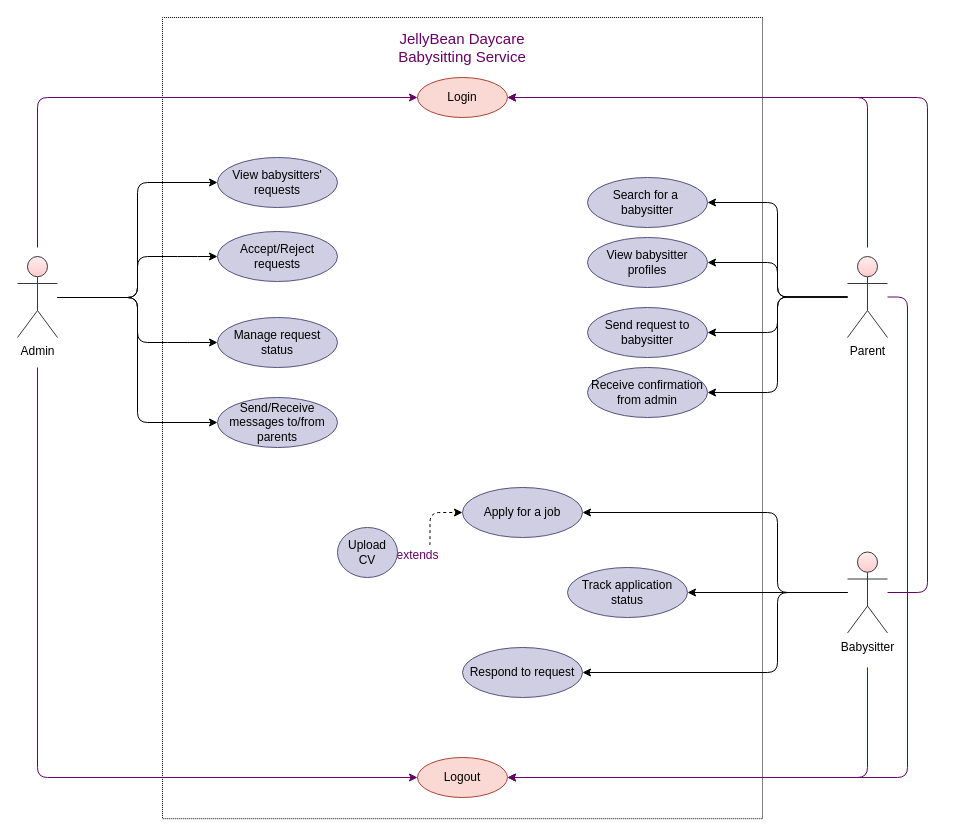
Before: Untitled Diagram.drawio in Deeshti/cs, a draw.io diagram. Source tidied: cells renumbered, new cells numbered last; positions are measured from the earlier drawing's top-left corner, leaving out a move shared by most shapes. Both pictures are drawn from the tidied source at 100%, with x=0, y=0 at pixel (17, 37).
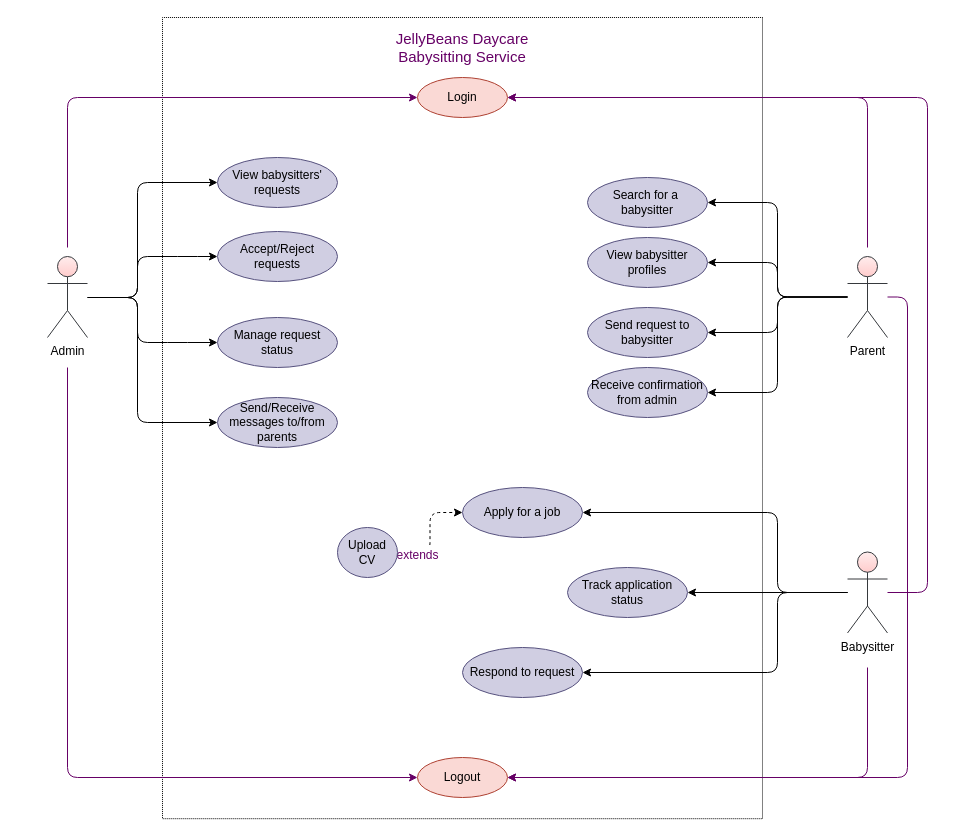
After the change.

Unchanged cells that the change refers to:
```xml
<mxCell id="4" value="Login" style="ellipse;whiteSpace=wrap;html=1;rounded=0;fillColor=#fad9d5;strokeColor=#ae4132;" parent="1" vertex="1">
  <mxGeometry x="400" y="40" width="90" height="40" as="geometry" />
</mxCell>
<mxCell id="5" value="View babysitters' requests" style="ellipse;whiteSpace=wrap;html=1;rounded=0;fillColor=#d0cee2;strokeColor=#56517e;" parent="1" vertex="1">
  <mxGeometry x="200" y="120" width="120" height="50" as="geometry" />
</mxCell>
<mxCell id="6" value="Accept/Reject requests" style="ellipse;whiteSpace=wrap;html=1;rounded=0;fillColor=#d0cee2;strokeColor=#56517e;" parent="1" vertex="1">
  <mxGeometry x="200" y="194" width="120" height="50" as="geometry" />
</mxCell>
<mxCell id="7" value="Manage request status" style="ellipse;whiteSpace=wrap;html=1;rounded=0;fillColor=#d0cee2;strokeColor=#56517e;" parent="1" vertex="1">
  <mxGeometry x="200" y="280" width="120" height="50" as="geometry" />
</mxCell>
<mxCell id="8" value="Send/Receive messages to/from parents" style="ellipse;whiteSpace=wrap;html=1;rounded=0;fillColor=#d0cee2;strokeColor=#56517e;" parent="1" vertex="1">
  <mxGeometry x="200" y="360" width="120" height="50" as="geometry" />
</mxCell>
<mxCell id="39" value="Logout" style="ellipse;whiteSpace=wrap;html=1;rounded=0;fillColor=#fad9d5;strokeColor=#ae4132;" parent="1" vertex="1">
  <mxGeometry x="400" y="720" width="90" height="40" as="geometry" />
</mxCell>
```

The edit, as a diff of the source:
```diff
@@
-    <mxCell id="3" value="JellyBean Daycare Babysitting Service" style="text;html=1;strokeColor=none;fillColor=none;align=center;verticalAlign=middle;whiteSpace=wrap;rounded=0;fontStyle=0;fontColor=#660066;fontSize=15;" parent="1" vertex="1">
+    <mxCell id="3" value="JellyBeans Daycare Babysitting Service" style="text;html=1;strokeColor=none;fillColor=none;align=center;verticalAlign=middle;whiteSpace=wrap;rounded=0;fontStyle=0;fontColor=#660066;fontSize=15;" parent="1" vertex="1">
       <mxGeometry x="365" width="160" height="20" as="geometry" />
     </mxCell>
@@
     <mxCell id="13" style="edgeStyle=orthogonalEdgeStyle;rounded=1;jettySize=auto;html=1;entryX=0;entryY=0.5;entryDx=0;entryDy=0;" parent="1" edge="1" target="5">
       <mxGeometry relative="1" as="geometry">
-        <mxPoint x="40" y="260" as="sourcePoint" />
+        <mxPoint x="70" y="260" as="sourcePoint" />
         <Array as="points">
           <mxPoint x="120" y="260" />
           <mxPoint x="120" y="145" />
         </Array>
       </mxGeometry>
     </mxCell>
     <mxCell id="14" style="edgeStyle=orthogonalEdgeStyle;rounded=1;jettySize=auto;html=1;entryX=0;entryY=0.5;entryDx=0;entryDy=0;fontSize=15;fontColor=#660066;strokeColor=#660066;" parent="1" edge="1" target="39">
       <mxGeometry relative="1" as="geometry">
-        <mxPoint x="20" y="330" as="sourcePoint" />
+        <mxPoint x="50" y="330" as="sourcePoint" />
         <Array as="points">
-          <mxPoint x="20" y="740" />
+          <mxPoint x="50" y="740" />
         </Array>
       </mxGeometry>
     </mxCell>
     <mxCell id="15" style="edgeStyle=orthogonalEdgeStyle;rounded=1;jettySize=auto;html=1;entryX=0;entryY=0.5;entryDx=0;entryDy=0;strokeColor=#660066;fontSize=15;fontColor=#660066;" parent="1" edge="1" target="4">
       <mxGeometry relative="1" as="geometry">
-        <mxPoint x="20" y="210" as="sourcePoint" />
+        <mxPoint x="50" y="210" as="sourcePoint" />
         <Array as="points">
-          <mxPoint x="20" y="60" />
+          <mxPoint x="50" y="210" />
+          <mxPoint x="50" y="60" />
         </Array>
       </mxGeometry>
     </mxCell>
     <mxCell id="16" value="Admin" style="shape=umlActor;verticalLabelPosition=bottom;verticalAlign=top;html=1;rounded=0;strokeColor=#36393d;fillColor=#ffcccc;gradientDirection=north;gradientColor=#FFEDED;" parent="1" vertex="1">
-      <mxGeometry y="219" width="40" height="81" as="geometry" />
+      <mxGeometry x="30" y="219" width="40" height="81" as="geometry" />
     </mxCell>
     <mxCell id="17" style="endArrow=classic;html=1;entryX=0;entryY=0.5;entryDx=0;entryDy=0;rounded=1;" parent="1" edge="1" target="6">
       <mxGeometry relative="1" as="geometry">
-        <mxPoint x="40" y="260" as="sourcePoint" />
+        <mxPoint x="70" y="260" as="sourcePoint" />
         <Array as="points">
           <mxPoint x="90" y="260" />
           <mxPoint x="120" y="260" />
           <mxPoint x="120" y="219" />
           <mxPoint x="170" y="219" />
         </Array>
       </mxGeometry>
     </mxCell>
     <mxCell id="18" style="endArrow=classic;html=1;entryX=0;entryY=0.5;entryDx=0;entryDy=0;rounded=1;" parent="1" edge="1" target="7">
       <mxGeometry relative="1" as="geometry">
-        <mxPoint x="40" y="260" as="sourcePoint" />
+        <mxPoint x="80" y="260" as="sourcePoint" />
         <Array as="points">
           <mxPoint x="120" y="260" />
           <mxPoint x="120" y="305" />
           <mxPoint x="160" y="305" />
         </Array>
       </mxGeometry>
     </mxCell>
     <mxCell id="19" style="edgeStyle=orthogonalEdgeStyle;rounded=1;jettySize=auto;html=1;entryX=0;entryY=0.5;entryDx=0;entryDy=0;" parent="1" edge="1" target="8">
       <mxGeometry relative="1" as="geometry">
-        <mxPoint x="40" y="260" as="sourcePoint" />
+        <mxPoint x="90" y="260" as="sourcePoint" />
         <Array as="points">
           <mxPoint x="120" y="260" />
           <mxPoint x="120" y="385" />
         </Array>
       </mxGeometry>
     </mxCell>
```
